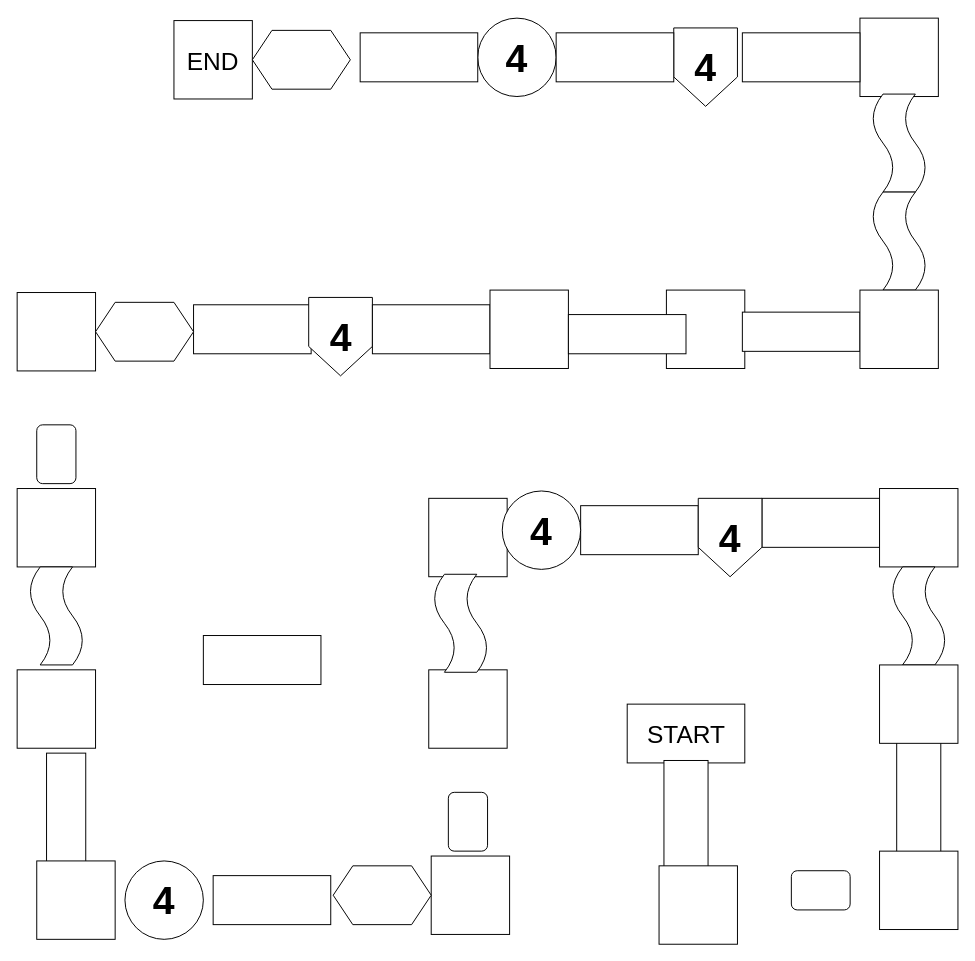
The draw.io diagram Level Design/Level_3.drawio in CrystalxBlade/Sky-Ball, before the edit. Source tidied: cells renumbered, new cells numbered last; positions are measured from the earlier drawing's top-left corner, leaving out a move shared by most shapes. Both pictures are drawn from the tidied source at 98%, with x=0, y=0 at pixel (7, 18).
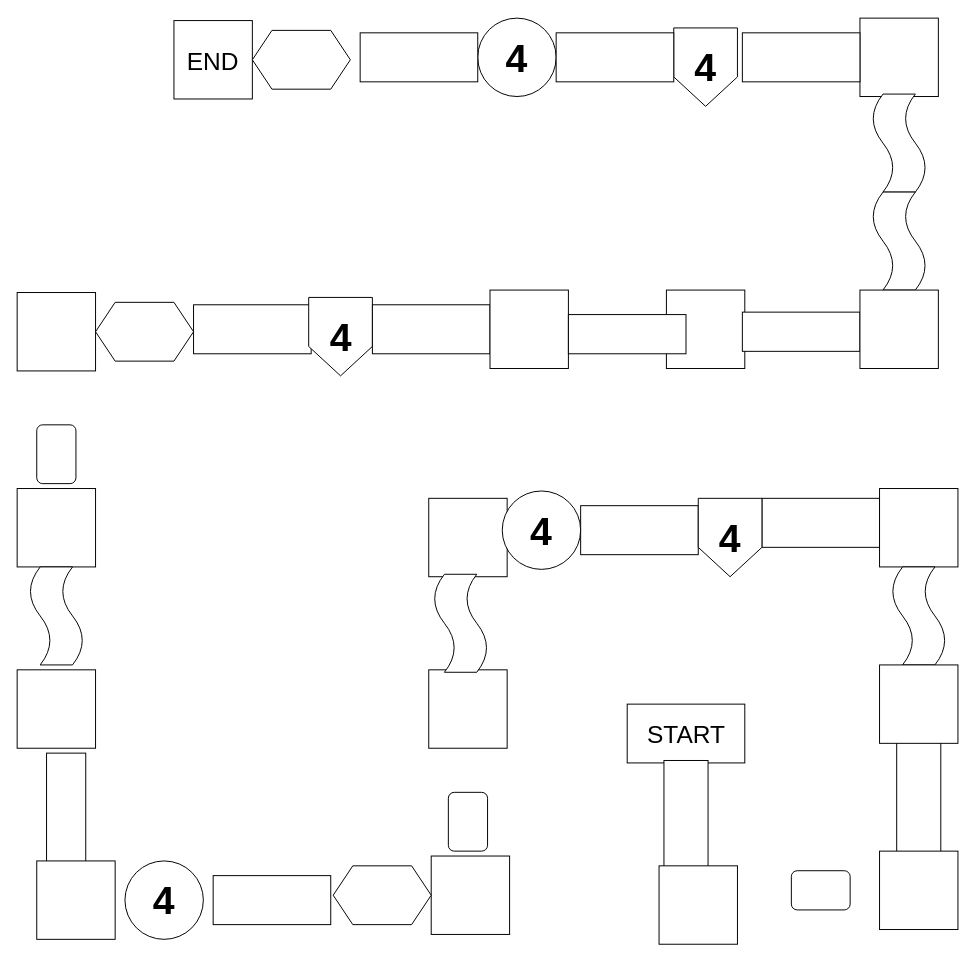
The same page after the edit.

Change to the diagram source:
```diff
@@
-    <mxCell id="15" style="rounded=0;whiteSpace=wrap;html=1;fillColor=light-dark(#FFFFFF,#FFCC99);" parent="1" vertex="1">
-      <mxGeometry x="200" y="630" width="120" height="50" as="geometry" />
-    </mxCell>
```
